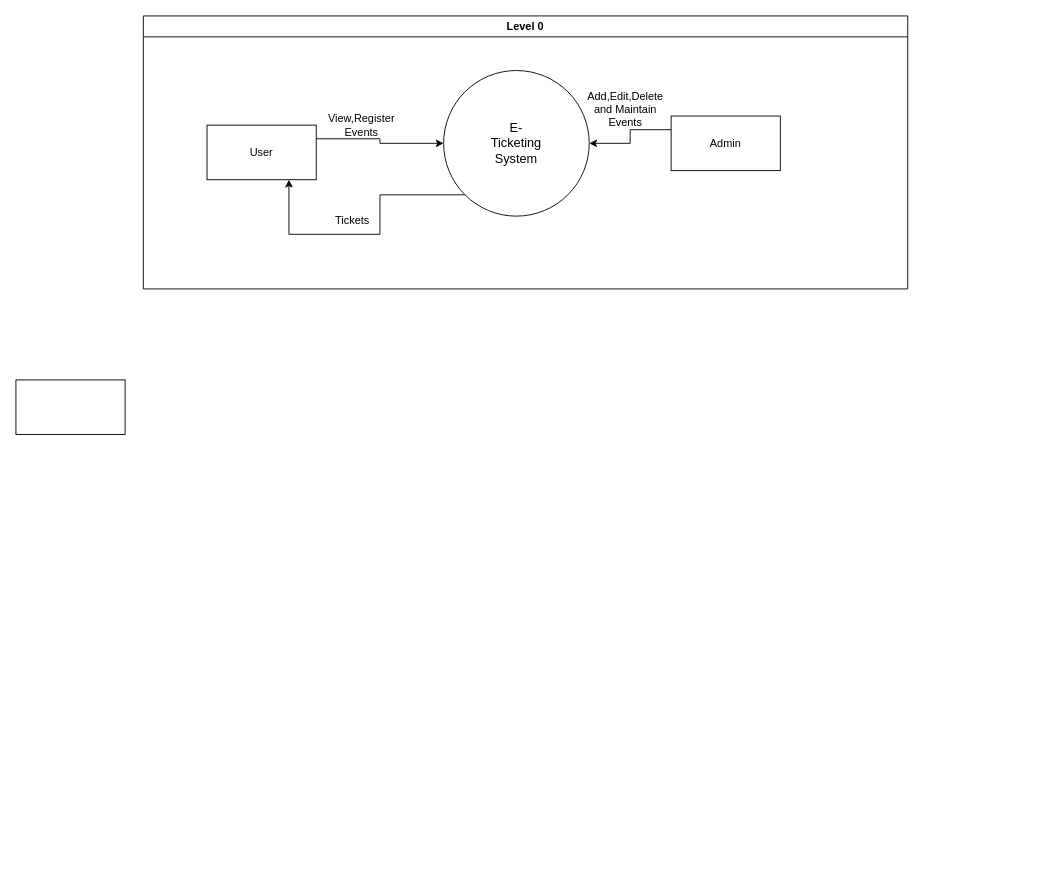
Above: swmline.drawio in AyushKrSingh000/Software-Engineering (draw.io), before the change. Source tidied: cells renumbered, new cells numbered last; positions are measured from the earlier drawing's top-left corner, leaving out a move shared by most shapes. Both pictures are drawn from the tidied source at 91%, with x=0, y=0 at pixel (15, 15).
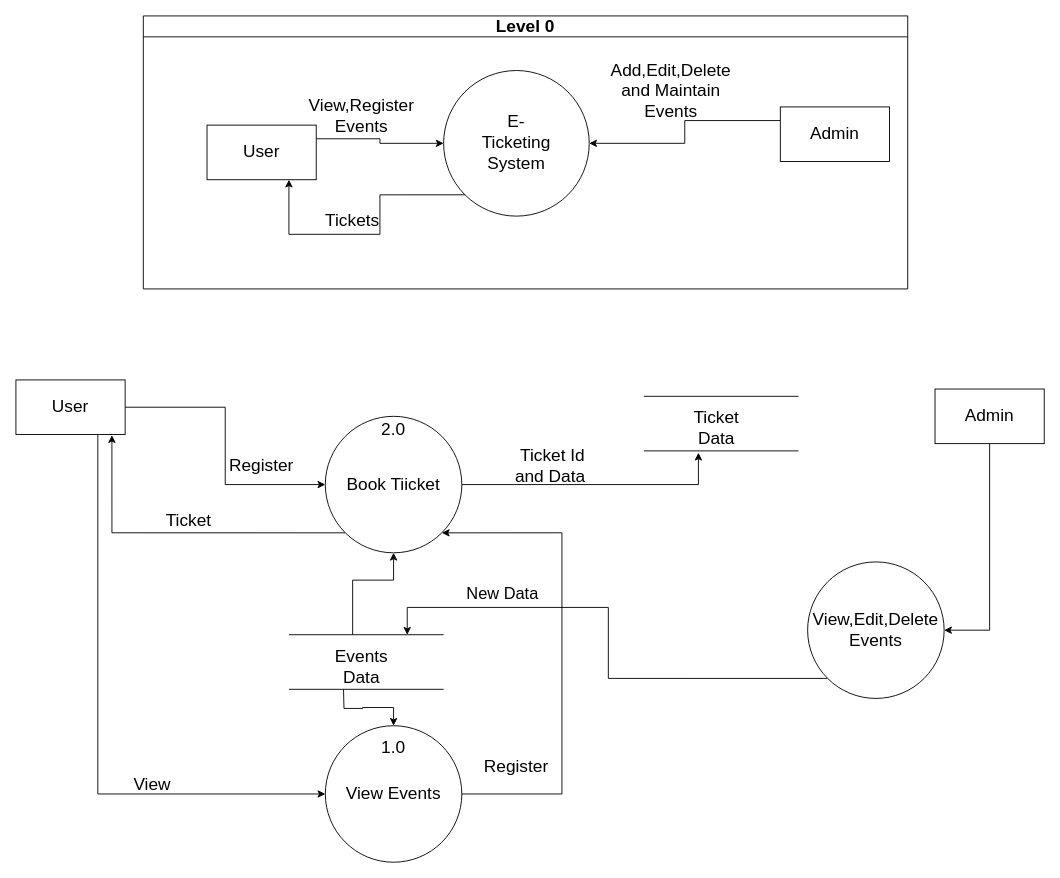
The same diagram, later.

Commit message:
final dfd diagram

Diff of the diagram source:
```diff
@@
-    <mxCell id="2" style="edgeStyle=orthogonalEdgeStyle;rounded=0;jettySize=auto;html=1;exitX=0;exitY=1;exitDx=0;exitDy=0;entryX=0.75;entryY=1;entryDx=0;entryDy=0;" parent="1" edge="1" source="3" target="6">
+    <mxCell id="2" style="edgeStyle=orthogonalEdgeStyle;rounded=0;jettySize=auto;html=1;exitX=0;exitY=1;exitDx=0;exitDy=0;entryX=0.75;entryY=1;entryDx=0;entryDy=0;fontSize=19;" parent="1" edge="1" source="3" target="6">
       <mxGeometry relative="1" as="geometry" />
     </mxCell>
-    <mxCell id="3" style="ellipse;whiteSpace=wrap;html=1;" parent="1" vertex="1">
+    <mxCell id="3" style="ellipse;whiteSpace=wrap;html=1;fontSize=19;" parent="1" vertex="1">
       <mxGeometry x="470" y="60" width="160" height="160" as="geometry" />
     </mxCell>
-    <mxCell id="4" value="&lt;font style=&quot;font-size: 14px;&quot;&gt;E-Ticketing System&lt;/font&gt;" style="text;html=1;strokeColor=none;fillColor=none;align=center;verticalAlign=middle;whiteSpace=wrap;rounded=0;" parent="1" vertex="1">
+    <mxCell id="4" value="&lt;font style=&quot;font-size: 19px;&quot;&gt;E-Ticketing System&lt;/font&gt;" style="text;html=1;strokeColor=none;fillColor=none;align=center;verticalAlign=middle;whiteSpace=wrap;rounded=0;fontSize=19;" parent="1" vertex="1">
       <mxGeometry x="520" y="125" width="60" height="30" as="geometry" />
     </mxCell>
-    <mxCell id="5" style="edgeStyle=orthogonalEdgeStyle;rounded=0;jettySize=auto;html=1;exitX=1;exitY=0.25;exitDx=0;exitDy=0;entryX=0;entryY=0.5;entryDx=0;entryDy=0;" parent="1" edge="1" source="6" target="3">
+    <mxCell id="5" style="edgeStyle=orthogonalEdgeStyle;rounded=0;jettySize=auto;html=1;exitX=1;exitY=0.25;exitDx=0;exitDy=0;entryX=0;entryY=0.5;entryDx=0;entryDy=0;fontSize=19;" parent="1" edge="1" source="6" target="3">
       <mxGeometry relative="1" as="geometry" />
     </mxCell>
-    <mxCell id="6" value="User" style="rounded=0;whiteSpace=wrap;html=1;" parent="1" vertex="1">
+    <mxCell id="6" value="User" style="rounded=0;whiteSpace=wrap;html=1;fontSize=19;" parent="1" vertex="1">
       <mxGeometry x="210" y="120" width="120" height="60" as="geometry" />
     </mxCell>
-    <mxCell id="7" value="View,Register Events" style="text;html=1;strokeColor=none;fillColor=none;align=center;verticalAlign=middle;whiteSpace=wrap;rounded=0;" parent="1" vertex="1">
-      <mxGeometry x="340" y="100" width="80" height="40" as="geometry" />
-    </mxCell>
-    <mxCell id="8" value="Tickets" style="text;html=1;strokeColor=none;fillColor=none;align=center;verticalAlign=middle;whiteSpace=wrap;rounded=0;" parent="1" vertex="1">
+    <mxCell id="8" value="Tickets" style="text;html=1;strokeColor=none;fillColor=none;align=center;verticalAlign=middle;whiteSpace=wrap;rounded=0;fontSize=19;" parent="1" vertex="1">
       <mxGeometry x="340" y="210" width="60" height="30" as="geometry" />
     </mxCell>
-    <mxCell id="9" style="edgeStyle=orthogonalEdgeStyle;rounded=0;jettySize=auto;html=1;exitX=0;exitY=0.25;exitDx=0;exitDy=0;entryX=1;entryY=0.5;entryDx=0;entryDy=0;" parent="1" edge="1" source="10" target="3">
+    <mxCell id="9" style="edgeStyle=orthogonalEdgeStyle;rounded=0;jettySize=auto;html=1;exitX=0;exitY=0.25;exitDx=0;exitDy=0;entryX=1;entryY=0.5;entryDx=0;entryDy=0;fontSize=19;" parent="1" edge="1" source="10" target="3">
       <mxGeometry relative="1" as="geometry" />
     </mxCell>
+    <mxCell id="12" value="Level 0" style="swimlane;whiteSpace=wrap;html=1;fontSize=19;" parent="1" vertex="1">
+      <mxGeometry x="140" width="840" height="300" as="geometry" />
+    </mxCell>
-    <mxCell id="10" value="Admin" style="rounded=0;whiteSpace=wrap;html=1;" parent="1" vertex="1">
-      <mxGeometry x="720" y="110" width="120" height="60" as="geometry" />
+    <mxCell id="10" value="Admin" style="rounded=0;whiteSpace=wrap;html=1;fontSize=19;" parent="12" vertex="1">
+      <mxGeometry x="700" y="100" width="120" height="60" as="geometry" />
     </mxCell>
-    <mxCell id="11" value="Add,Edit,Delete and Maintain Events" style="text;html=1;strokeColor=none;fillColor=none;align=center;verticalAlign=middle;whiteSpace=wrap;rounded=0;" parent="1" vertex="1">
-      <mxGeometry x="620" y="80" width="100" height="45" as="geometry" />
+    <mxCell id="11" value="Add,Edit,Delete and Maintain Events" style="text;html=1;strokeColor=none;fillColor=none;align=center;verticalAlign=middle;whiteSpace=wrap;rounded=0;fontSize=19;" parent="12" vertex="1">
+      <mxGeometry x="530" y="60" width="100" height="45" as="geometry" />
     </mxCell>
-    <mxCell id="12" value="Level 0" style="swimlane;whiteSpace=wrap;html=1;" parent="1" vertex="1">
-      <mxGeometry x="140" width="840" height="300" as="geometry" />
-    </mxCell>
+    <mxCell id="7" value="View,Register Events" style="text;html=1;strokeColor=none;fillColor=none;align=center;verticalAlign=middle;whiteSpace=wrap;rounded=0;fontSize=19;" parent="12" vertex="1">
+      <mxGeometry x="200" y="90" width="80" height="40" as="geometry" />
+    </mxCell>
+    <mxCell id="14" style="edgeStyle=orthogonalEdgeStyle;rounded=0;jettySize=auto;html=1;exitX=1;exitY=0.5;exitDx=0;exitDy=0;entryX=0;entryY=0.5;entryDx=0;entryDy=0;fontSize=19;" parent="1" edge="1" source="13" target="19">
+      <mxGeometry relative="1" as="geometry" />
+    </mxCell>
+    <mxCell id="15" style="edgeStyle=orthogonalEdgeStyle;rounded=0;jettySize=auto;html=1;exitX=0.75;exitY=1;exitDx=0;exitDy=0;entryX=0;entryY=0.5;entryDx=0;entryDy=0;fontSize=19;" parent="1" edge="1" source="13" target="23">
+      <mxGeometry relative="1" as="geometry" />
+    </mxCell>
-    <mxCell id="13" style="rounded=0;whiteSpace=wrap;html=1;" parent="1" vertex="1">
+    <mxCell id="13" value="User" style="rounded=0;whiteSpace=wrap;html=1;fontSize=19;" parent="1" vertex="1">
       <mxGeometry y="400" width="120" height="60" as="geometry" />
     </mxCell>
+    <mxCell id="16" style="edgeStyle=orthogonalEdgeStyle;rounded=0;jettySize=auto;html=1;entryX=0.5;entryY=1;entryDx=0;entryDy=0;fontSize=19;" parent="1" edge="1" target="19">
+      <mxGeometry relative="1" as="geometry">
+        <mxPoint x="370" y="680" as="sourcePoint" />
+        <Array as="points">
+          <mxPoint x="370" y="620" />
+          <mxPoint x="415" y="620" />
+        </Array>
+      </mxGeometry>
+    </mxCell>
+    <mxCell id="17" style="edgeStyle=orthogonalEdgeStyle;rounded=0;jettySize=auto;html=1;exitX=0;exitY=1;exitDx=0;exitDy=0;entryX=0.879;entryY=1.012;entryDx=0;entryDy=0;entryPerimeter=0;fontSize=19;" parent="1" edge="1" source="19" target="13">
+      <mxGeometry relative="1" as="geometry" />
+    </mxCell>
+    <mxCell id="18" style="edgeStyle=orthogonalEdgeStyle;rounded=0;jettySize=auto;html=1;exitX=1;exitY=0.5;exitDx=0;exitDy=0;fontSize=19;" parent="1" edge="1" source="19">
+      <mxGeometry relative="1" as="geometry">
+        <mxPoint x="750" y="480" as="targetPoint" />
+        <Array as="points">
+          <mxPoint x="750" y="515" />
+        </Array>
+      </mxGeometry>
+    </mxCell>
+    <mxCell id="19" value="&lt;font style=&quot;font-size: 19px;&quot;&gt;Book Tiicket&lt;/font&gt;" style="ellipse;whiteSpace=wrap;html=1;fontSize=19;" parent="1" vertex="1">
+      <mxGeometry x="340" y="440" width="150" height="150" as="geometry" />
+    </mxCell>
+    <mxCell id="20" value="&lt;font style=&quot;font-size: 19px;&quot;&gt;Register&lt;/font&gt;" style="text;html=1;strokeColor=none;fillColor=none;align=center;verticalAlign=middle;whiteSpace=wrap;rounded=0;fontSize=19;" parent="1" vertex="1">
+      <mxGeometry x="240" y="480" width="60" height="30" as="geometry" />
+    </mxCell>
+    <mxCell id="21" style="edgeStyle=orthogonalEdgeStyle;rounded=0;jettySize=auto;html=1;entryX=0.5;entryY=0;entryDx=0;entryDy=0;fontSize=19;" parent="1" edge="1" target="23">
+      <mxGeometry relative="1" as="geometry">
+        <mxPoint x="360" y="740" as="sourcePoint" />
+      </mxGeometry>
+    </mxCell>
+    <mxCell id="22" style="edgeStyle=orthogonalEdgeStyle;rounded=0;jettySize=auto;html=1;exitX=1;exitY=0.5;exitDx=0;exitDy=0;fontSize=19;entryX=1;entryY=1;entryDx=0;entryDy=0;" parent="1" edge="1" source="23" target="19">
+      <mxGeometry relative="1" as="geometry">
+        <Array as="points">
+          <mxPoint x="600" y="855" />
+          <mxPoint x="600" y="568" />
+        </Array>
+      </mxGeometry>
+    </mxCell>
+    <mxCell id="23" value="&lt;font style=&quot;font-size: 19px;&quot;&gt;View Events&lt;/font&gt;" style="ellipse;whiteSpace=wrap;html=1;fontSize=19;" parent="1" vertex="1">
+      <mxGeometry x="340" y="780" width="150" height="150" as="geometry" />
+    </mxCell>
+    <mxCell id="24" value="&lt;font style=&quot;font-size: 19px;&quot;&gt;View&lt;/font&gt;" style="text;html=1;strokeColor=none;fillColor=none;align=center;verticalAlign=middle;whiteSpace=wrap;rounded=0;fontSize=19;" parent="1" vertex="1">
+      <mxGeometry x="120" y="830" width="60" height="30" as="geometry" />
+    </mxCell>
+    <mxCell id="25" style="endArrow=none;html=1;rounded=0;fontSize=19;" parent="1" edge="1">
+      <mxGeometry relative="1" as="geometry">
+        <mxPoint x="300" y="680" as="sourcePoint" />
+        <mxPoint x="470" y="680" as="targetPoint" />
+      </mxGeometry>
+    </mxCell>
+    <mxCell id="26" style="endArrow=none;html=1;rounded=0;fontSize=19;" parent="1" edge="1">
+      <mxGeometry relative="1" as="geometry">
+        <mxPoint x="300" y="740" as="sourcePoint" />
+        <mxPoint x="470" y="740" as="targetPoint" />
+      </mxGeometry>
+    </mxCell>
+    <mxCell id="27" value="&lt;font style=&quot;font-size: 19px;&quot;&gt;Events Data&lt;/font&gt;" style="text;html=1;strokeColor=none;fillColor=none;align=center;verticalAlign=middle;whiteSpace=wrap;rounded=0;fontSize=19;" parent="1" vertex="1">
+      <mxGeometry x="350" y="700" width="60" height="30" as="geometry" />
+    </mxCell>
+    <mxCell id="28" value="Ticket" style="text;html=1;strokeColor=none;fillColor=none;align=center;verticalAlign=middle;whiteSpace=wrap;rounded=0;fontSize=19;" parent="1" vertex="1">
+      <mxGeometry x="160" y="540" width="60" height="30" as="geometry" />
+    </mxCell>
+    <mxCell id="29" value="&lt;font style=&quot;font-size: 19px;&quot;&gt;1.0&lt;/font&gt;" style="text;html=1;strokeColor=none;fillColor=none;align=center;verticalAlign=middle;whiteSpace=wrap;rounded=0;fontSize=19;" parent="1" vertex="1">
+      <mxGeometry x="385" y="790" width="60" height="30" as="geometry" />
+    </mxCell>
+    <mxCell id="30" value="&lt;font style=&quot;font-size: 19px;&quot;&gt;2.0&lt;/font&gt;" style="text;html=1;strokeColor=none;fillColor=none;align=center;verticalAlign=middle;whiteSpace=wrap;rounded=0;fontSize=19;" parent="1" vertex="1">
+      <mxGeometry x="385" y="440" width="60" height="30" as="geometry" />
+    </mxCell>
+    <mxCell id="31" style="endArrow=none;html=1;rounded=0;fontSize=19;" parent="1" edge="1">
+      <mxGeometry relative="1" as="geometry">
+        <mxPoint x="690" y="418" as="sourcePoint" />
+        <mxPoint x="860" y="418" as="targetPoint" />
+      </mxGeometry>
+    </mxCell>
+    <mxCell id="32" style="endArrow=none;html=1;rounded=0;fontSize=19;" parent="1" edge="1">
+      <mxGeometry relative="1" as="geometry">
+        <mxPoint x="690" y="478" as="sourcePoint" />
+        <mxPoint x="860" y="478" as="targetPoint" />
+      </mxGeometry>
+    </mxCell>
+    <mxCell id="33" value="&lt;font style=&quot;font-size: 19px;&quot;&gt;Ticket Data&lt;/font&gt;" style="text;html=1;strokeColor=none;fillColor=none;align=center;verticalAlign=middle;whiteSpace=wrap;rounded=0;fontSize=19;" parent="1" vertex="1">
+      <mxGeometry x="740" y="438" width="60" height="30" as="geometry" />
+    </mxCell>
+    <mxCell id="34" value="&lt;font style=&quot;font-size: 19px;&quot;&gt;Ticket Id and Data&amp;nbsp;&lt;/font&gt;" style="text;html=1;strokeColor=none;fillColor=none;align=center;verticalAlign=middle;whiteSpace=wrap;rounded=0;fontSize=19;" parent="1" vertex="1">
+      <mxGeometry x="540" y="480" width="100" height="30" as="geometry" />
+    </mxCell>
+    <mxCell id="35" style="edgeStyle=orthogonalEdgeStyle;rounded=0;jettySize=auto;html=1;exitX=0;exitY=1;exitDx=0;exitDy=0;" parent="1" edge="1" source="36">
+      <mxGeometry relative="1" as="geometry">
+        <mxPoint x="430" y="680" as="targetPoint" />
+        <Array as="points">
+          <mxPoint x="651" y="728" />
+          <mxPoint x="651" y="650" />
+        </Array>
+      </mxGeometry>
+    </mxCell>
+    <mxCell id="36" value="&lt;font style=&quot;font-size: 19px;&quot;&gt;View,Edit,Delete Events&lt;/font&gt;" style="ellipse;whiteSpace=wrap;html=1;fontSize=19;" parent="1" vertex="1">
+      <mxGeometry x="870" y="600" width="150" height="150" as="geometry" />
+    </mxCell>
+    <mxCell id="37" style="edgeStyle=orthogonalEdgeStyle;rounded=0;jettySize=auto;html=1;exitX=0.5;exitY=1;exitDx=0;exitDy=0;entryX=1;entryY=0.5;entryDx=0;entryDy=0;" parent="1" edge="1" source="38" target="36">
+      <mxGeometry relative="1" as="geometry" />
+    </mxCell>
+    <mxCell id="38" value="&lt;font style=&quot;font-size: 19px;&quot;&gt;Admin&lt;/font&gt;" style="rounded=0;whiteSpace=wrap;html=1;fontSize=19;" parent="1" vertex="1">
+      <mxGeometry x="1010" y="410" width="120" height="60" as="geometry" />
+    </mxCell>
+    <mxCell id="39" value="&lt;font style=&quot;font-size: 18px;&quot;&gt;New Data&lt;/font&gt;" style="text;html=1;strokeColor=none;fillColor=none;align=center;verticalAlign=middle;whiteSpace=wrap;rounded=0;" parent="1" vertex="1">
+      <mxGeometry x="490" y="620" width="90" height="30" as="geometry" />
+    </mxCell>
+    <mxCell id="40" value="&lt;font style=&quot;font-size: 19px;&quot;&gt;Register&lt;/font&gt;" style="text;html=1;strokeColor=none;fillColor=none;align=center;verticalAlign=middle;whiteSpace=wrap;rounded=0;fontSize=19;" parent="1" vertex="1">
+      <mxGeometry x="520" y="810" width="60" height="30" as="geometry" />
+    </mxCell>
```
